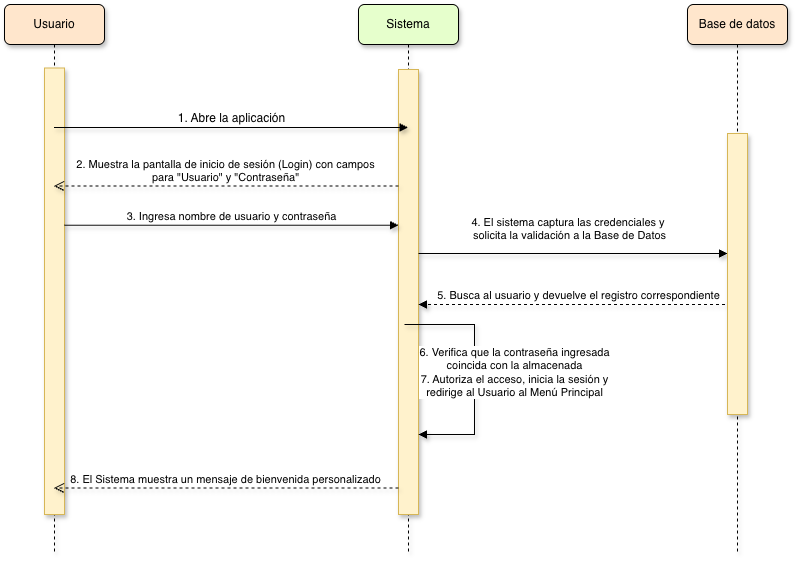
Before: Diagramas/Secuencia/RF006-Secuencia.png, a diagram exported from draw.io (eraymundogonzalez-hash/Proyecto_final-Evaluador_de_expresiones). Source tidied: cells renumbered, new cells last; positions are measured from the earlier drawing's top-left corner, leaving out a move shared by most shapes. The source it was exported from:
```xml
<mxGraphModel>
  <root>
    <mxCell id="0" />
    <mxCell id="1" parent="0" />
    <mxCell id="2" value="Usuario" style="shape=umlLifeline;perimeter=lifelinePerimeter;whiteSpace=wrap;html=1;newEdgeStyle={&quot;edgeStyle&quot;:&quot;elbowEdgeStyle&quot;,&quot;elbow&quot;:&quot;vertical&quot;,&quot;curved&quot;:0,&quot;rounded&quot;:0};shadow=1;rounded=1;fillColor=#FFE6CC;" parent="1" vertex="1">
      <mxGeometry width="100" height="550" as="geometry" />
    </mxCell>
    <mxCell id="3" style="html=1;perimeter=orthogonalPerimeter;targetShapes=umlLifeline;newEdgeStyle={&quot;curved&quot;:0,&quot;rounded&quot;:0};shadow=1;fillColor=#fff2cc;strokeColor=#d6b656;" parent="2" vertex="1">
      <mxGeometry x="40" y="63.5" width="20" height="446.5" as="geometry" />
    </mxCell>
    <mxCell id="4" value="Sistema" style="shape=umlLifeline;perimeter=lifelinePerimeter;whiteSpace=wrap;html=1;newEdgeStyle={&quot;edgeStyle&quot;:&quot;elbowEdgeStyle&quot;,&quot;elbow&quot;:&quot;vertical&quot;,&quot;curved&quot;:0,&quot;rounded&quot;:0};shadow=1;rounded=1;fillColor=#E6FFCC;" parent="1" vertex="1">
      <mxGeometry x="354" width="100" height="550" as="geometry" />
    </mxCell>
    <mxCell id="5" style="html=1;points=[[0,0,0,0,5],[0,1,0,0,-5],[1,0,0,0,5],[1,1,0,0,-5]];perimeter=orthogonalPerimeter;outlineConnect=0;targetShapes=umlLifeline;portConstraint=eastwest;newEdgeStyle={&quot;curved&quot;:0,&quot;rounded&quot;:0};shadow=1;fillColor=#fff2cc;strokeColor=#d6b656;" parent="4" vertex="1">
      <mxGeometry x="40" y="65" width="20" height="445" as="geometry" />
    </mxCell>
    <mxCell id="6" value="4. El sistema captura las credenciales y&amp;nbsp;&lt;div&gt;solicita la validación a la Base de Datos&lt;/div&gt;" style="html=1;verticalAlign=bottom;endArrow=block;curved=0;rounded=0;shadow=1;" parent="4" edge="1" target="12">
      <mxGeometry x="-0.02" y="9" relative="1" as="geometry">
        <mxPoint x="60" y="249" as="sourcePoint" />
        <Array as="points">
          <mxPoint x="126" y="249" />
        </Array>
      </mxGeometry>
    </mxCell>
    <mxCell id="7" value="&lt;div style=&quot;text-align: left;&quot;&gt;&lt;span style=&quot;background-color: light-dark(#ffffff, var(--ge-dark-color, #121212)); color: light-dark(rgb(0, 0, 0), rgb(255, 255, 255)); font-size: 12px;&quot;&gt;1. Abre la aplicación&lt;/span&gt;&lt;/div&gt;" style="html=1;verticalAlign=bottom;endArrow=block;curved=0;rounded=0;shadow=1;" parent="1" edge="1">
      <mxGeometry relative="1" as="geometry">
        <mxPoint x="49.5" y="123" as="sourcePoint" />
        <mxPoint x="403.5" y="123" as="targetPoint" />
      </mxGeometry>
    </mxCell>
    <mxCell id="8" value="2. Muestra la pantalla de inicio de sesión (Login) con campos&lt;div&gt;para &quot;Usuario&quot; y &quot;Contraseña&quot;&lt;/div&gt;" style="html=1;verticalAlign=bottom;endArrow=open;endSize=8;curved=0;rounded=0;shadow=1;dashed=1;" parent="1" edge="1">
      <mxGeometry relative="1" as="geometry">
        <mxPoint x="394" y="181.5" as="sourcePoint" />
        <mxPoint x="49.5" y="181.5" as="targetPoint" />
      </mxGeometry>
    </mxCell>
    <mxCell id="9" value="5. Busca al usuario y devuelve el registro correspondiente" style="html=1;verticalAlign=bottom;endArrow=block;curved=0;rounded=0;shadow=1;dashed=1;" parent="1" edge="1">
      <mxGeometry relative="1" as="geometry">
        <mxPoint x="732.5" y="300" as="sourcePoint" />
        <mxPoint x="414" y="300" as="targetPoint" />
      </mxGeometry>
    </mxCell>
    <mxCell id="10" value="8. El Sistema muestra un mensaje de bienvenida personalizado" style="html=1;verticalAlign=bottom;endArrow=open;dashed=1;endSize=8;curved=0;rounded=0;shadow=1;" parent="1" edge="1">
      <mxGeometry relative="1" as="geometry">
        <mxPoint x="394" y="483.5" as="sourcePoint" />
        <mxPoint x="49.5" y="483.5" as="targetPoint" />
      </mxGeometry>
    </mxCell>
    <mxCell id="11" value="Base de datos" style="shape=umlLifeline;perimeter=lifelinePerimeter;whiteSpace=wrap;html=1;newEdgeStyle={&quot;edgeStyle&quot;:&quot;elbowEdgeStyle&quot;,&quot;elbow&quot;:&quot;vertical&quot;,&quot;curved&quot;:0,&quot;rounded&quot;:0};shadow=1;rounded=1;fillColor=#FFE6CC;" parent="1" vertex="1">
      <mxGeometry x="683" width="100" height="550" as="geometry" />
    </mxCell>
    <mxCell id="12" style="html=1;points=[[0,0,0,0,5],[0,1,0,0,-5],[1,0,0,0,5],[1,1,0,0,-5]];perimeter=orthogonalPerimeter;outlineConnect=0;targetShapes=umlLifeline;portConstraint=eastwest;newEdgeStyle={&quot;curved&quot;:0,&quot;rounded&quot;:0};shadow=1;fillColor=#fff2cc;strokeColor=#d6b656;" parent="11" vertex="1">
      <mxGeometry x="40" y="129" width="20" height="281" as="geometry" />
    </mxCell>
    <mxCell id="13" value="3. Ingresa nombre de usuario y contraseña" style="html=1;verticalAlign=bottom;endArrow=block;curved=0;rounded=0;shadow=1;" parent="1" edge="1" target="5">
      <mxGeometry relative="1" as="geometry">
        <mxPoint x="60" y="220.8" as="sourcePoint" />
      </mxGeometry>
    </mxCell>
    <mxCell id="14" value="6. Verifica que la contraseña ingresada&lt;div&gt;coincida con la almacenada&lt;/div&gt;&lt;div&gt;7. Autoriza el acceso, inicia la sesión y&lt;/div&gt;&lt;div&gt;redirige al Usuario al Menú Principal&lt;/div&gt;" style="html=1;verticalAlign=bottom;endArrow=block;curved=0;rounded=0;shadow=1;" parent="1" edge="1" target="5">
      <mxGeometry x="0.25" y="40" relative="1" as="geometry">
        <mxPoint x="400" y="320" as="sourcePoint" />
        <Array as="points">
          <mxPoint x="470" y="320" />
          <mxPoint x="470" y="430" />
        </Array>
      </mxGeometry>
    </mxCell>
  </root>
</mxGraphModel>
```
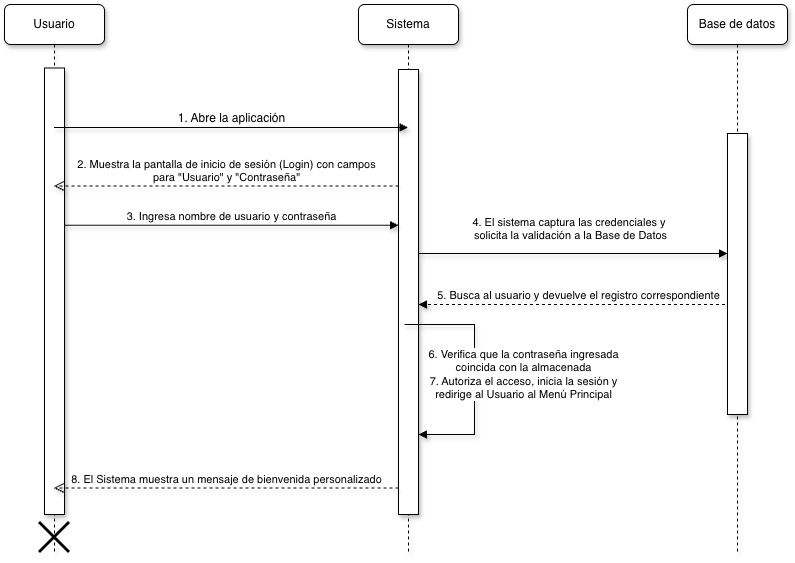
Later version of the same file.

Commit message:
RF 006 y 005 blanco y negro

Se realiza en blanco y negro para unificar estilo en el document. Se agrega el símbolo X al final de cada proceso.

What changed in the source:
```diff
@@ -2,16 +2,19 @@
   <root>
     <mxCell id="0" />
     <mxCell id="1" parent="0" />
-    <mxCell id="2" value="Usuario" style="shape=umlLifeline;perimeter=lifelinePerimeter;whiteSpace=wrap;html=1;newEdgeStyle={&quot;edgeStyle&quot;:&quot;elbowEdgeStyle&quot;,&quot;elbow&quot;:&quot;vertical&quot;,&quot;curved&quot;:0,&quot;rounded&quot;:0};shadow=1;rounded=1;fillColor=#FFE6CC;" parent="1" vertex="1">
+    <mxCell id="2" value="Usuario" style="shape=umlLifeline;perimeter=lifelinePerimeter;whiteSpace=wrap;html=1;newEdgeStyle={&quot;edgeStyle&quot;:&quot;elbowEdgeStyle&quot;,&quot;elbow&quot;:&quot;vertical&quot;,&quot;curved&quot;:0,&quot;rounded&quot;:0};shadow=1;rounded=1;fillColor=#FFFFFF;" parent="1" vertex="1">
       <mxGeometry width="100" height="550" as="geometry" />
     </mxCell>
-    <mxCell id="3" style="html=1;perimeter=orthogonalPerimeter;targetShapes=umlLifeline;newEdgeStyle={&quot;curved&quot;:0,&quot;rounded&quot;:0};shadow=1;fillColor=#fff2cc;strokeColor=#d6b656;" parent="2" vertex="1">
+    <mxCell id="3" style="html=1;perimeter=orthogonalPerimeter;targetShapes=umlLifeline;newEdgeStyle={&quot;curved&quot;:0,&quot;rounded&quot;:0};shadow=1;fillColor=#FFFFFF;strokeColor=#000000;" parent="2" vertex="1">
       <mxGeometry x="40" y="63.5" width="20" height="446.5" as="geometry" />
     </mxCell>
+    <mxCell id="15" style="shape=umlDestroy;whiteSpace=wrap;html=1;strokeWidth=3;targetShapes=umlLifeline;" parent="2" vertex="1">
+      <mxGeometry x="35" y="518" width="30" height="30" as="geometry" />
+    </mxCell>
-    <mxCell id="4" value="Sistema" style="shape=umlLifeline;perimeter=lifelinePerimeter;whiteSpace=wrap;html=1;newEdgeStyle={&quot;edgeStyle&quot;:&quot;elbowEdgeStyle&quot;,&quot;elbow&quot;:&quot;vertical&quot;,&quot;curved&quot;:0,&quot;rounded&quot;:0};shadow=1;rounded=1;fillColor=#E6FFCC;" parent="1" vertex="1">
+    <mxCell id="4" value="Sistema" style="shape=umlLifeline;perimeter=lifelinePerimeter;whiteSpace=wrap;html=1;newEdgeStyle={&quot;edgeStyle&quot;:&quot;elbowEdgeStyle&quot;,&quot;elbow&quot;:&quot;vertical&quot;,&quot;curved&quot;:0,&quot;rounded&quot;:0};shadow=1;rounded=1;fillColor=#FFFFFF;" parent="1" vertex="1">
       <mxGeometry x="354" width="100" height="550" as="geometry" />
     </mxCell>
-    <mxCell id="5" style="html=1;points=[[0,0,0,0,5],[0,1,0,0,-5],[1,0,0,0,5],[1,1,0,0,-5]];perimeter=orthogonalPerimeter;outlineConnect=0;targetShapes=umlLifeline;portConstraint=eastwest;newEdgeStyle={&quot;curved&quot;:0,&quot;rounded&quot;:0};shadow=1;fillColor=#fff2cc;strokeColor=#d6b656;" parent="4" vertex="1">
+    <mxCell id="5" style="html=1;points=[[0,0,0,0,5],[0,1,0,0,-5],[1,0,0,0,5],[1,1,0,0,-5]];perimeter=orthogonalPerimeter;outlineConnect=0;targetShapes=umlLifeline;portConstraint=eastwest;newEdgeStyle={&quot;curved&quot;:0,&quot;rounded&quot;:0};shadow=1;fillColor=#FFFFFF;strokeColor=#000000;" parent="4" vertex="1">
       <mxGeometry x="40" y="65" width="20" height="445" as="geometry" />
     </mxCell>
     <mxCell id="6" value="4. El sistema captura las credenciales y&amp;nbsp;&lt;div&gt;solicita la validación a la Base de Datos&lt;/div&gt;" style="html=1;verticalAlign=bottom;endArrow=block;curved=0;rounded=0;shadow=1;" parent="4" edge="1" target="12">
@@ -46,10 +49,10 @@
         <mxPoint x="49.5" y="483.5" as="targetPoint" />
       </mxGeometry>
     </mxCell>
-    <mxCell id="11" value="Base de datos" style="shape=umlLifeline;perimeter=lifelinePerimeter;whiteSpace=wrap;html=1;newEdgeStyle={&quot;edgeStyle&quot;:&quot;elbowEdgeStyle&quot;,&quot;elbow&quot;:&quot;vertical&quot;,&quot;curved&quot;:0,&quot;rounded&quot;:0};shadow=1;rounded=1;fillColor=#FFE6CC;" parent="1" vertex="1">
+    <mxCell id="11" value="Base de datos" style="shape=umlLifeline;perimeter=lifelinePerimeter;whiteSpace=wrap;html=1;newEdgeStyle={&quot;edgeStyle&quot;:&quot;elbowEdgeStyle&quot;,&quot;elbow&quot;:&quot;vertical&quot;,&quot;curved&quot;:0,&quot;rounded&quot;:0};shadow=1;rounded=1;fillColor=#FFFFFF;" parent="1" vertex="1">
       <mxGeometry x="683" width="100" height="550" as="geometry" />
     </mxCell>
-    <mxCell id="12" style="html=1;points=[[0,0,0,0,5],[0,1,0,0,-5],[1,0,0,0,5],[1,1,0,0,-5]];perimeter=orthogonalPerimeter;outlineConnect=0;targetShapes=umlLifeline;portConstraint=eastwest;newEdgeStyle={&quot;curved&quot;:0,&quot;rounded&quot;:0};shadow=1;fillColor=#fff2cc;strokeColor=#d6b656;" parent="11" vertex="1">
+    <mxCell id="12" style="html=1;points=[[0,0,0,0,5],[0,1,0,0,-5],[1,0,0,0,5],[1,1,0,0,-5]];perimeter=orthogonalPerimeter;outlineConnect=0;targetShapes=umlLifeline;portConstraint=eastwest;newEdgeStyle={&quot;curved&quot;:0,&quot;rounded&quot;:0};shadow=1;fillColor=#FFFFFF;strokeColor=#000000;" parent="11" vertex="1">
       <mxGeometry x="40" y="129" width="20" height="281" as="geometry" />
     </mxCell>
     <mxCell id="13" value="3. Ingresa nombre de usuario y contraseña" style="html=1;verticalAlign=bottom;endArrow=block;curved=0;rounded=0;shadow=1;" parent="1" edge="1" target="5">
@@ -58,7 +61,7 @@
       </mxGeometry>
     </mxCell>
     <mxCell id="14" value="6. Verifica que la contraseña ingresada&lt;div&gt;coincida con la almacenada&lt;/div&gt;&lt;div&gt;7. Autoriza el acceso, inicia la sesión y&lt;/div&gt;&lt;div&gt;redirige al Usuario al Menú Principal&lt;/div&gt;" style="html=1;verticalAlign=bottom;endArrow=block;curved=0;rounded=0;shadow=1;" parent="1" edge="1" target="5">
-      <mxGeometry x="0.25" y="40" relative="1" as="geometry">
+      <mxGeometry x="0.26" y="49" relative="1" as="geometry">
         <mxPoint x="400" y="320" as="sourcePoint" />
         <Array as="points">
           <mxPoint x="470" y="320" />
```
